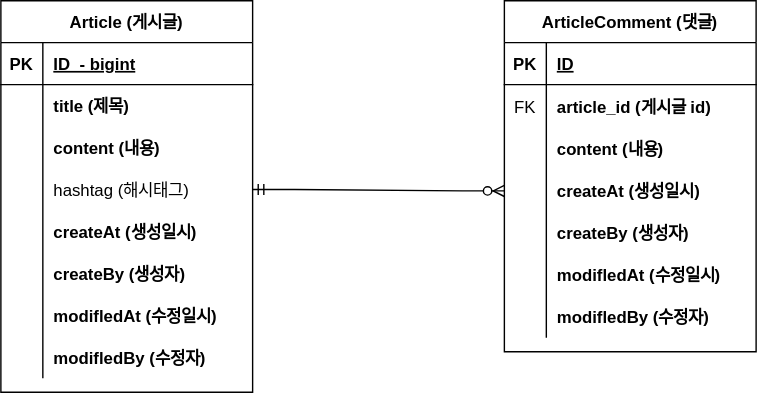
Before: document/project-board-erd.svg, a diagram exported from draw.io (woodowoon/project-board). Source tidied: cells renumbered, new cells last; positions are measured from the earlier drawing's top-left corner, leaving out a move shared by most shapes.
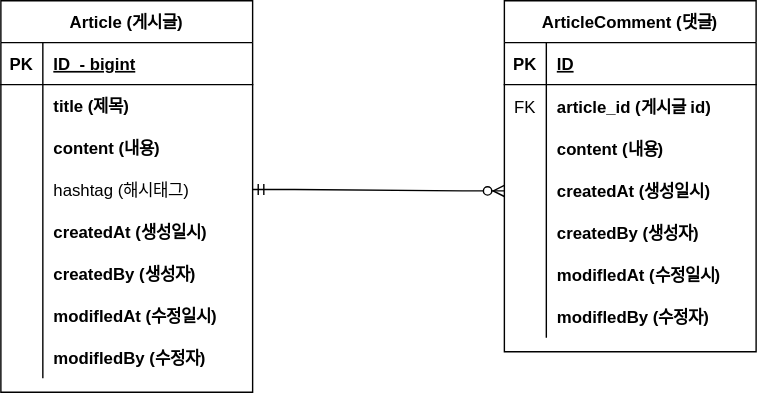
After the change.

Change to the diagram source:
```diff
@@ -47,7 +47,7 @@
     <mxCell id="16" style="shape=partialRectangle;fillColor=none;top=0;left=0;bottom=0;right=0;overflow=hidden;" parent="15" vertex="1">
       <mxGeometry width="30" height="30" as="geometry" />
     </mxCell>
-    <mxCell id="17" value="createAt (생성일시)" style="shape=partialRectangle;fillColor=none;top=0;left=0;bottom=0;right=0;align=left;spacingLeft=6;overflow=hidden;fontStyle=1;" parent="15" vertex="1">
+    <mxCell id="17" value="createdAt (생성일시)" style="shape=partialRectangle;fillColor=none;top=0;left=0;bottom=0;right=0;align=left;spacingLeft=6;overflow=hidden;fontStyle=1;" parent="15" vertex="1">
       <mxGeometry x="30" width="150" height="30" as="geometry" />
     </mxCell>
     <mxCell id="18" style="shape=tableRow;horizontal=0;startSize=0;swimlaneHead=0;swimlaneBody=0;fillColor=none;top=0;left=0;right=0;bottom=0;" parent="2" vertex="1">
@@ -56,7 +56,7 @@
     <mxCell id="19" style="shape=partialRectangle;fillColor=none;top=0;left=0;bottom=0;right=0;overflow=hidden;" parent="18" vertex="1">
       <mxGeometry width="30" height="30" as="geometry" />
     </mxCell>
-    <mxCell id="20" value="createBy (생성자)" style="shape=partialRectangle;fillColor=none;top=0;left=0;bottom=0;right=0;align=left;spacingLeft=6;overflow=hidden;fontStyle=1;" parent="18" vertex="1">
+    <mxCell id="20" value="createdBy (생성자)" style="shape=partialRectangle;fillColor=none;top=0;left=0;bottom=0;right=0;align=left;spacingLeft=6;overflow=hidden;fontStyle=1;" parent="18" vertex="1">
       <mxGeometry x="30" width="150" height="30" as="geometry" />
     </mxCell>
     <mxCell id="21" style="shape=tableRow;horizontal=0;startSize=0;swimlaneHead=0;swimlaneBody=0;fillColor=none;top=0;left=0;right=0;bottom=0;" parent="2" vertex="1">
@@ -113,7 +113,7 @@
     <mxCell id="38" style="shape=partialRectangle;fillColor=none;top=0;left=0;bottom=0;right=0;overflow=hidden;" parent="37" vertex="1">
       <mxGeometry width="30" height="30" as="geometry" />
     </mxCell>
-    <mxCell id="39" value="createAt (생성일시)" style="shape=partialRectangle;fillColor=none;top=0;left=0;bottom=0;right=0;align=left;spacingLeft=6;overflow=hidden;fontStyle=1;" parent="37" vertex="1">
+    <mxCell id="39" value="createdAt (생성일시)" style="shape=partialRectangle;fillColor=none;top=0;left=0;bottom=0;right=0;align=left;spacingLeft=6;overflow=hidden;fontStyle=1;" parent="37" vertex="1">
       <mxGeometry x="30" width="150" height="30" as="geometry" />
     </mxCell>
     <mxCell id="40" style="shape=tableRow;horizontal=0;startSize=0;swimlaneHead=0;swimlaneBody=0;fillColor=none;top=0;left=0;right=0;bottom=0;" parent="27" vertex="1">
@@ -122,7 +122,7 @@
     <mxCell id="41" style="shape=partialRectangle;fillColor=none;top=0;left=0;bottom=0;right=0;overflow=hidden;" parent="40" vertex="1">
       <mxGeometry width="30" height="30" as="geometry" />
     </mxCell>
-    <mxCell id="42" value="createBy (생성자)" style="shape=partialRectangle;fillColor=none;top=0;left=0;bottom=0;right=0;align=left;spacingLeft=6;overflow=hidden;fontStyle=1;" parent="40" vertex="1">
+    <mxCell id="42" value="createdBy (생성자)" style="shape=partialRectangle;fillColor=none;top=0;left=0;bottom=0;right=0;align=left;spacingLeft=6;overflow=hidden;fontStyle=1;" parent="40" vertex="1">
       <mxGeometry x="30" width="150" height="30" as="geometry" />
     </mxCell>
     <mxCell id="43" style="shape=tableRow;horizontal=0;startSize=0;swimlaneHead=0;swimlaneBody=0;fillColor=none;top=0;left=0;right=0;bottom=0;" parent="27" vertex="1">
```
